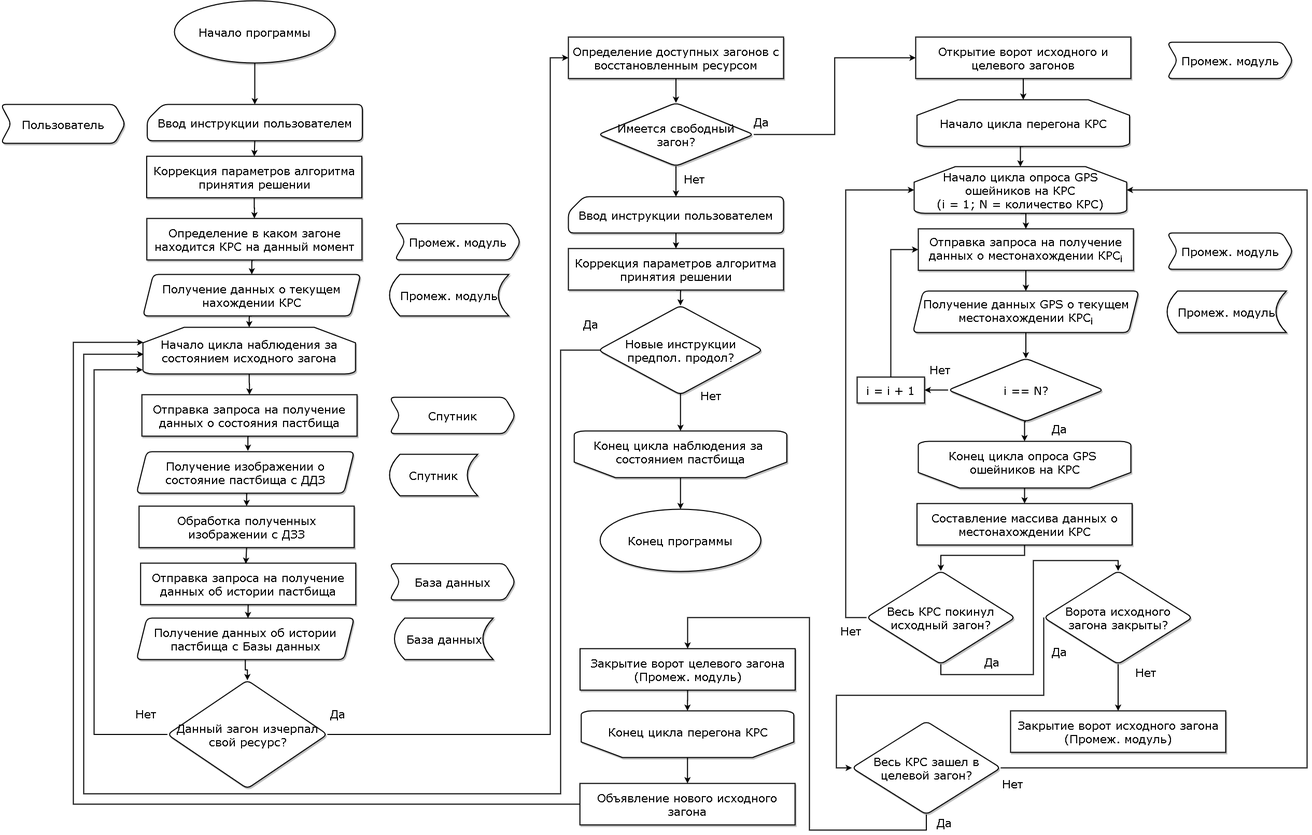
The draw.io diagram diagrams/Patent Diagrams Algorithm (upd).png in Yerlan999/CowsGPSTracker-KazATU, before a commit. Source tidied: cells renumbered, new cells last; positions are measured from the earlier drawing's top-left corner, leaving out a move shared by most shapes.
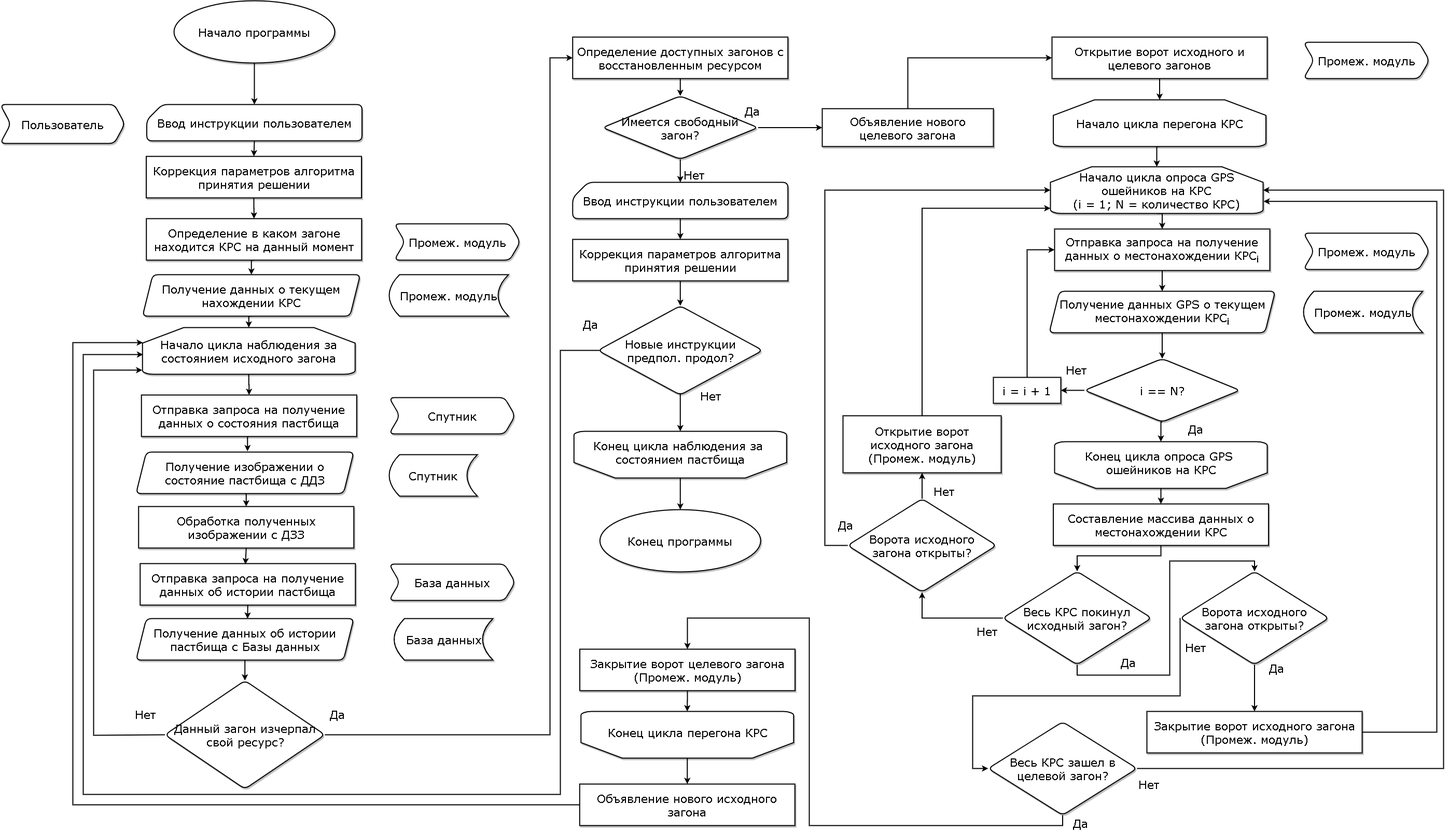
Later version of the same file.

Commit message:
new updated algorithm diagram 02

Change to the diagram source:
```diff
@@ -33,3 +33,3 @@
     <mxCell id="8" value="&lt;font style=&quot;font-size: 22px&quot;&gt;Данный загон изчерпал свой ресурс?&lt;/font&gt;" style="rhombus;whiteSpace=wrap;html=1;rounded=1;shadow=1;glass=0;sketch=0;strokeWidth=2;fontFamily=Verdana;fontSize=22;labelPosition=center;verticalLabelPosition=middle;align=center;verticalAlign=middle;" parent="1" vertex="1">
-      <mxGeometry x="321.5" y="1311" width="308.5" height="209" as="geometry" />
+      <mxGeometry x="317.5" y="1310.5" width="308.5" height="209" as="geometry" />
     </mxCell>
@@ -104,7 +104,7 @@
     </mxCell>
-    <mxCell id="32" style="edgeStyle=orthogonalEdgeStyle;rounded=0;jettySize=auto;html=1;exitX=1;exitY=0.5;exitDx=0;exitDy=0;entryX=0;entryY=0.5;entryDx=0;entryDy=0;strokeWidth=2;" parent="1" edge="1" source="33" target="79">
-      <mxGeometry relative="1" as="geometry" />
-    </mxCell>
+    <mxCell id="107" style="edgeStyle=orthogonalEdgeStyle;rounded=0;jettySize=auto;html=1;exitX=1;exitY=0.5;exitDx=0;exitDy=0;entryX=0;entryY=0.5;entryDx=0;entryDy=0;strokeWidth=2;" parent="1" edge="1" source="33" target="111">
+      <mxGeometry relative="1" as="geometry" />
+    </mxCell>
     <mxCell id="33" value="Имеется свободный загон?" style="rhombus;whiteSpace=wrap;html=1;rounded=1;shadow=1;glass=0;sketch=0;strokeWidth=2;fontFamily=Verdana;fontSize=22;" parent="1" vertex="1">
-      <mxGeometry x="1152.5" y="197" width="300" height="122" as="geometry" />
+      <mxGeometry x="1161.2" y="183.5" width="300" height="122" as="geometry" />
     </mxCell>
@@ -114,12 +114,12 @@
     <mxCell id="35" value="Определение доступных загонов с восстановленным ресурсом" style="rounded=0;whiteSpace=wrap;html=1;shadow=1;glass=0;sketch=0;strokeWidth=2;fontFamily=Verdana;fontSize=22;" parent="1" vertex="1">
-      <mxGeometry x="1095" y="70" width="415" height="80" as="geometry" />
+      <mxGeometry x="1103.8" y="70" width="415" height="80" as="geometry" />
     </mxCell>
     <mxCell id="36" value="Промеж. модуль" style="shape=step;perimeter=stepPerimeter;whiteSpace=wrap;html=1;fixedSize=1;rounded=1;shadow=1;glass=0;sketch=0;strokeWidth=2;fontFamily=Verdana;fontSize=22;" parent="1" vertex="1">
-      <mxGeometry x="2250" y="80" width="242.5" height="70" as="geometry" />
+      <mxGeometry x="2513" y="80" width="242.5" height="70" as="geometry" />
     </mxCell>
     <mxCell id="37" value="Промеж. модуль" style="shape=step;perimeter=stepPerimeter;whiteSpace=wrap;html=1;fixedSize=1;rounded=1;shadow=1;glass=0;sketch=0;strokeWidth=2;fontFamily=Verdana;fontSize=22;" parent="1" vertex="1">
-      <mxGeometry x="2250" y="448" width="242.5" height="70" as="geometry" />
+      <mxGeometry x="2513" y="448" width="242.5" height="70" as="geometry" />
     </mxCell>
     <mxCell id="38" value="Промеж. модуль" style="shape=dataStorage;whiteSpace=wrap;html=1;fixedSize=1;rounded=1;shadow=1;glass=0;sketch=0;strokeWidth=2;fontFamily=Verdana;fontSize=22;" parent="1" vertex="1">
-      <mxGeometry x="2250" y="560" width="230" height="80" as="geometry" />
+      <mxGeometry x="2513" y="560" width="230" height="80" as="geometry" />
     </mxCell>
@@ -139,3 +139,3 @@
     <mxCell id="41" value="Коррекция параметров алгоритма принятия решении" style="rounded=0;whiteSpace=wrap;html=1;shadow=1;glass=0;sketch=0;strokeWidth=2;fontFamily=Verdana;fontSize=22;" parent="1" vertex="1">
-      <mxGeometry x="1095" y="478" width="415" height="80" as="geometry" />
+      <mxGeometry x="1103.8" y="460" width="415" height="80" as="geometry" />
     </mxCell>
@@ -145,3 +145,3 @@
     <mxCell id="43" value="Ввод инструкции пользователем" style="shape=card;whiteSpace=wrap;html=1;rounded=1;shadow=1;glass=0;sketch=0;strokeWidth=2;fontFamily=Verdana;fontSize=22;" parent="1" vertex="1">
-      <mxGeometry x="1095" y="378" width="415" height="70" as="geometry" />
+      <mxGeometry x="1103.8" y="350" width="415" height="70" as="geometry" />
     </mxCell>
@@ -154,6 +154,6 @@
     <mxCell id="46" value="Нет" style="text;html=1;align=center;verticalAlign=middle;fontSize=22;fontFamily=Verdana;fontStyle=0;" parent="1" vertex="1">
-      <mxGeometry x="1307.5" y="328" width="60" height="30" as="geometry" />
+      <mxGeometry x="1307.5" y="320" width="60" height="30" as="geometry" />
     </mxCell>
     <mxCell id="47" value="Да" style="text;html=1;align=center;verticalAlign=middle;fontSize=22;fontFamily=Verdana;fontStyle=0;" parent="1" vertex="1">
-      <mxGeometry x="1446.5" y="218" width="40" height="30" as="geometry" />
+      <mxGeometry x="1430" y="197" width="40" height="30" as="geometry" />
     </mxCell>
@@ -190,6 +190,6 @@
     <mxCell id="58" value="Начало цикла опроса GPS ошейников на КРС&lt;br&gt;(i = 1; N = количество КРС)" style="strokeWidth=2;html=1;shape=mxgraph.flowchart.loop_limit;whiteSpace=wrap;rounded=1;shadow=1;glass=0;sketch=0;fontFamily=Verdana;fontSize=22;" parent="1" vertex="1">
-      <mxGeometry x="1762" y="320" width="410" height="90" as="geometry" />
+      <mxGeometry x="2025" y="320" width="410" height="90" as="geometry" />
     </mxCell>
     <mxCell id="59" style="group;" parent="1" vertex="1">
-      <mxGeometry x="1770" y="850" width="465" height="90" as="geometry" />
+      <mxGeometry x="2033" y="850" width="465" height="90" as="geometry" />
     </mxCell>
@@ -205,3 +205,3 @@
     <mxCell id="63" value="Получение данных GPS о текущем местонахождении КРС&lt;sub&gt;i&lt;/sub&gt;" style="shape=parallelogram;perimeter=parallelogramPerimeter;whiteSpace=wrap;html=1;fixedSize=1;rounded=1;shadow=1;glass=0;sketch=0;strokeWidth=2;fontFamily=Verdana;fontSize=22;" parent="1" vertex="1">
-      <mxGeometry x="1759.5" y="560" width="436" height="80" as="geometry" />
+      <mxGeometry x="2022.5" y="560" width="436" height="80" as="geometry" />
     </mxCell>
@@ -211,3 +211,3 @@
     <mxCell id="65" value="Отправка запроса на получение данных о местонахождении КРС&lt;sub&gt;i&lt;/sub&gt;" style="rounded=0;whiteSpace=wrap;html=1;shadow=1;glass=0;sketch=0;strokeWidth=2;fontFamily=Verdana;fontSize=22;" parent="1" vertex="1">
-      <mxGeometry x="1770" y="440" width="415" height="80" as="geometry" />
+      <mxGeometry x="2033" y="440" width="415" height="80" as="geometry" />
     </mxCell>
@@ -220,9 +220,9 @@
     <mxCell id="68" value="i == N?" style="rhombus;whiteSpace=wrap;html=1;rounded=1;shadow=1;glass=0;sketch=0;strokeWidth=2;fontFamily=Verdana;fontSize=22;" parent="1" vertex="1">
-      <mxGeometry x="1827.5" y="690" width="300" height="122" as="geometry" />
+      <mxGeometry x="2090.5" y="690" width="300" height="122" as="geometry" />
     </mxCell>
     <mxCell id="69" value="Нет" style="text;html=1;align=center;verticalAlign=middle;fontSize=22;fontFamily=Verdana;fontStyle=0;" parent="1" vertex="1">
-      <mxGeometry x="1782" y="696" width="60" height="30" as="geometry" />
+      <mxGeometry x="2045" y="696" width="60" height="30" as="geometry" />
     </mxCell>
     <mxCell id="70" value="Да" style="text;html=1;align=center;verticalAlign=middle;fontSize=22;fontFamily=Verdana;fontStyle=0;" parent="1" vertex="1">
-      <mxGeometry x="2022" y="810" width="40" height="30" as="geometry" />
+      <mxGeometry x="2285" y="810" width="40" height="30" as="geometry" />
     </mxCell>
@@ -232,3 +232,3 @@
     <mxCell id="72" value="i = i + 1" style="rounded=0;whiteSpace=wrap;html=1;shadow=1;glass=0;sketch=0;strokeWidth=2;fontFamily=Verdana;fontSize=22;" parent="1" vertex="1">
-      <mxGeometry x="1652" y="726" width="130" height="50" as="geometry" />
+      <mxGeometry x="1915" y="726" width="130" height="50" as="geometry" />
     </mxCell>
@@ -237,4 +237,4 @@
         <Array as="points">
-          <mxPoint x="1975" y="1070" />
-          <mxPoint x="1814" y="1070" />
+          <mxPoint x="2238" y="1070" />
+          <mxPoint x="2077" y="1070" />
         </Array>
@@ -243,3 +243,3 @@
     <mxCell id="74" value="Составление массива данных о местонахождении КРС" style="rounded=0;whiteSpace=wrap;html=1;shadow=1;glass=0;sketch=0;strokeWidth=2;fontFamily=Verdana;fontSize=22;" parent="1" vertex="1">
-      <mxGeometry x="1767.5" y="970" width="415" height="80" as="geometry" />
+      <mxGeometry x="2030.5" y="970" width="415" height="80" as="geometry" />
     </mxCell>
@@ -252,3 +252,3 @@
     <mxCell id="77" value="Начало цикла перегона КРС" style="strokeWidth=2;html=1;shape=mxgraph.flowchart.loop_limit;whiteSpace=wrap;rounded=1;shadow=1;glass=0;sketch=0;fontFamily=Verdana;fontSize=22;" parent="1" vertex="1">
-      <mxGeometry x="1767.5" y="191" width="410" height="90" as="geometry" />
+      <mxGeometry x="2030.5" y="191" width="410" height="90" as="geometry" />
     </mxCell>
@@ -258,3 +258,3 @@
     <mxCell id="79" value="Открытие ворот исходного и целевого загонов" style="rounded=0;whiteSpace=wrap;html=1;shadow=1;glass=0;sketch=0;strokeWidth=2;fontFamily=Verdana;fontSize=22;" parent="1" vertex="1">
-      <mxGeometry x="1765" y="70" width="415" height="80" as="geometry" />
+      <mxGeometry x="2028" y="70" width="415" height="80" as="geometry" />
     </mxCell>
@@ -272,6 +272,6 @@
         <Array as="points">
-          <mxPoint x="1814" y="1300" />
-          <mxPoint x="1992" y="1300" />
-          <mxPoint x="1992" y="1080" />
-          <mxPoint x="2156" y="1080" />
+          <mxPoint x="2077" y="1300" />
+          <mxPoint x="2255" y="1300" />
+          <mxPoint x="2255" y="1080" />
+          <mxPoint x="2419" y="1080" />
         </Array>
@@ -279,12 +279,7 @@
     </mxCell>
-    <mxCell id="84" style="edgeStyle=orthogonalEdgeStyle;rounded=0;jettySize=auto;html=1;exitX=0;exitY=0.5;exitDx=0;exitDy=0;entryX=0;entryY=0.5;entryDx=0;entryDy=0;entryPerimeter=0;strokeWidth=2;" parent="1" edge="1" source="85" target="58">
-      <mxGeometry relative="1" as="geometry">
-        <Array as="points">
-          <mxPoint x="1630" y="1190" />
-          <mxPoint x="1630" y="365" />
-        </Array>
-      </mxGeometry>
-    </mxCell>
+    <mxCell id="108" style="edgeStyle=orthogonalEdgeStyle;rounded=0;jettySize=auto;html=1;exitX=0;exitY=0.5;exitDx=0;exitDy=0;entryX=0.5;entryY=1;entryDx=0;entryDy=0;strokeWidth=2;" parent="1" edge="1" source="85" target="114">
+      <mxGeometry relative="1" as="geometry" />
+    </mxCell>
     <mxCell id="85" value="Весь КРС покинул исходный загон?" style="rhombus;whiteSpace=wrap;html=1;rounded=1;shadow=1;glass=0;sketch=0;strokeWidth=2;fontFamily=Verdana;fontSize=22;" parent="1" vertex="1">
-      <mxGeometry x="1670" y="1100" width="287" height="180" as="geometry" />
+      <mxGeometry x="1933" y="1100" width="287" height="180" as="geometry" />
     </mxCell>
@@ -293,4 +288,4 @@
         <Array as="points">
-          <mxPoint x="1786" y="1600" />
-          <mxPoint x="1560" y="1600" />
+          <mxPoint x="2049" y="1590" />
+          <mxPoint x="1560" y="1590" />
           <mxPoint x="1560" y="1190" />
@@ -303,4 +298,4 @@
         <Array as="points">
-          <mxPoint x="2520" y="1480" />
-          <mxPoint x="2520" y="365" />
+          <mxPoint x="2783" y="1480" />
+          <mxPoint x="2783" y="365" />
         </Array>
@@ -309,6 +304,6 @@
     <mxCell id="88" value="Весь КРС зашел в целевой загон?" style="rhombus;whiteSpace=wrap;html=1;rounded=1;shadow=1;glass=0;sketch=0;strokeWidth=2;fontFamily=Verdana;fontSize=22;" parent="1" vertex="1">
-      <mxGeometry x="1642" y="1390" width="287" height="180" as="geometry" />
+      <mxGeometry x="1905" y="1390" width="287" height="180" as="geometry" />
     </mxCell>
     <mxCell id="89" value="Да" style="text;html=1;align=center;verticalAlign=middle;fontSize=22;fontFamily=Verdana;fontStyle=0;" parent="1" vertex="1">
-      <mxGeometry x="2022" y="1240" width="40" height="30" as="geometry" />
+      <mxGeometry x="2440.5" y="1271" width="40" height="30" as="geometry" />
     </mxCell>
@@ -320,4 +315,12 @@
     </mxCell>
+    <mxCell id="109" style="edgeStyle=orthogonalEdgeStyle;rounded=0;jettySize=auto;html=1;exitX=1;exitY=0.5;exitDx=0;exitDy=0;entryX=1.002;entryY=0.741;entryDx=0;entryDy=0;entryPerimeter=0;strokeWidth=2;" parent="1" edge="1" source="92" target="58">
+      <mxGeometry relative="1" as="geometry">
+        <Array as="points">
+          <mxPoint x="2770" y="1410" />
+          <mxPoint x="2770" y="387" />
+        </Array>
+      </mxGeometry>
+    </mxCell>
     <mxCell id="92" value="Закрытие ворот исходного загона&lt;br&gt;(Промеж. модуль)" style="rounded=0;whiteSpace=wrap;html=1;shadow=1;glass=0;sketch=0;strokeWidth=2;fontFamily=Verdana;fontSize=22;" parent="1" vertex="1">
-      <mxGeometry x="1948" y="1370" width="415" height="80" as="geometry" />
+      <mxGeometry x="2211" y="1370" width="415" height="80" as="geometry" />
     </mxCell>
@@ -326,5 +329,5 @@
         <Array as="points">
-          <mxPoint x="2012" y="1340" />
-          <mxPoint x="1612" y="1340" />
-          <mxPoint x="1612" y="1480" />
+          <mxPoint x="2275" y="1340" />
+          <mxPoint x="1875" y="1340" />
+          <mxPoint x="1875" y="1480" />
         </Array>
@@ -335,19 +338,19 @@
     </mxCell>
-    <mxCell id="95" value="Ворота исходного загона закрыты?" style="rhombus;whiteSpace=wrap;html=1;rounded=1;shadow=1;glass=0;sketch=0;strokeWidth=2;fontFamily=Verdana;fontSize=22;" parent="1" vertex="1">
-      <mxGeometry x="2012" y="1100" width="287" height="180" as="geometry" />
+    <mxCell id="95" value="Ворота исходного загона открыты?" style="rhombus;whiteSpace=wrap;html=1;rounded=1;shadow=1;glass=0;sketch=0;strokeWidth=2;fontFamily=Verdana;fontSize=22;" parent="1" vertex="1">
+      <mxGeometry x="2275" y="1100" width="287" height="180" as="geometry" />
     </mxCell>
     <mxCell id="96" value="Нет" style="text;html=1;align=center;verticalAlign=middle;fontSize=22;fontFamily=Verdana;fontStyle=0;" parent="1" vertex="1">
-      <mxGeometry x="2179" y="1280" width="60" height="30" as="geometry" />
+      <mxGeometry x="2275" y="1231" width="60" height="30" as="geometry" />
     </mxCell>
     <mxCell id="97" value="Да" style="text;html=1;align=center;verticalAlign=middle;fontSize=22;fontFamily=Verdana;fontStyle=0;" parent="1" vertex="1">
-      <mxGeometry x="1892" y="1260" width="40" height="30" as="geometry" />
+      <mxGeometry x="2155" y="1260" width="40" height="30" as="geometry" />
     </mxCell>
     <mxCell id="98" value="Нет" style="text;html=1;align=center;verticalAlign=middle;fontSize=22;fontFamily=Verdana;fontStyle=0;" parent="1" vertex="1">
-      <mxGeometry x="1610" y="1200" width="60" height="30" as="geometry" />
+      <mxGeometry x="1873" y="1200" width="60" height="30" as="geometry" />
     </mxCell>
     <mxCell id="99" value="Да" style="text;html=1;align=center;verticalAlign=middle;fontSize=22;fontFamily=Verdana;fontStyle=0;" parent="1" vertex="1">
-      <mxGeometry x="1800" y="1570" width="40" height="30" as="geometry" />
+      <mxGeometry x="2063" y="1570" width="40" height="30" as="geometry" />
     </mxCell>
     <mxCell id="100" value="Нет" style="text;html=1;align=center;verticalAlign=middle;fontSize=22;fontFamily=Verdana;fontStyle=0;" parent="1" vertex="1">
-      <mxGeometry x="1922" y="1495" width="60" height="30" as="geometry" />
+      <mxGeometry x="2185" y="1495" width="60" height="30" as="geometry" />
     </mxCell>
@@ -376,2 +379,34 @@
     </mxCell>
+    <mxCell id="110" style="edgeStyle=orthogonalEdgeStyle;rounded=0;jettySize=auto;html=1;exitX=0.5;exitY=0;exitDx=0;exitDy=0;entryX=0;entryY=0.5;entryDx=0;entryDy=0;strokeWidth=2;" parent="1" edge="1" source="111" target="79">
+      <mxGeometry relative="1" as="geometry" />
+    </mxCell>
+    <mxCell id="111" value="Объявление нового целевого загона" style="rounded=0;whiteSpace=wrap;html=1;shadow=1;glass=0;sketch=0;strokeWidth=2;fontFamily=Verdana;fontSize=22;" parent="1" vertex="1">
+      <mxGeometry x="1585" y="208" width="330" height="73" as="geometry" />
+    </mxCell>
+    <mxCell id="112" style="edgeStyle=orthogonalEdgeStyle;rounded=0;jettySize=auto;html=1;exitX=0.5;exitY=0;exitDx=0;exitDy=0;entryX=0.5;entryY=1;entryDx=0;entryDy=0;strokeWidth=2;" parent="1" edge="1" source="114" target="116">
+      <mxGeometry relative="1" as="geometry" />
+    </mxCell>
+    <mxCell id="113" style="edgeStyle=orthogonalEdgeStyle;rounded=0;jettySize=auto;html=1;exitX=0;exitY=0.5;exitDx=0;exitDy=0;entryX=0;entryY=0.5;entryDx=0;entryDy=0;entryPerimeter=0;strokeWidth=2;" parent="1" edge="1" source="114" target="58">
+      <mxGeometry relative="1" as="geometry">
+        <Array as="points">
+          <mxPoint x="1590" y="1050" />
+          <mxPoint x="1590" y="365" />
+        </Array>
+      </mxGeometry>
+    </mxCell>
+    <mxCell id="114" value="Ворота исходного загона открыты?" style="rhombus;whiteSpace=wrap;html=1;rounded=1;shadow=1;glass=0;sketch=0;strokeWidth=2;fontFamily=Verdana;fontSize=22;" parent="1" vertex="1">
+      <mxGeometry x="1634" y="960" width="287" height="180" as="geometry" />
+    </mxCell>
+    <mxCell id="115" style="edgeStyle=orthogonalEdgeStyle;rounded=0;jettySize=auto;html=1;exitX=0.5;exitY=0;exitDx=0;exitDy=0;entryX=0;entryY=0.889;entryDx=0;entryDy=0;entryPerimeter=0;strokeWidth=2;" parent="1" edge="1" source="116" target="58">
+      <mxGeometry relative="1" as="geometry" />
+    </mxCell>
+    <mxCell id="116" value="Открытие ворот исходного загона&lt;br&gt;(Промеж. модуль)" style="rounded=0;whiteSpace=wrap;html=1;shadow=1;glass=0;sketch=0;strokeWidth=2;fontFamily=Verdana;fontSize=22;" parent="1" vertex="1">
+      <mxGeometry x="1625" y="800" width="305" height="110" as="geometry" />
+    </mxCell>
+    <mxCell id="117" value="Да" style="text;html=1;align=center;verticalAlign=middle;fontSize=22;fontFamily=Verdana;fontStyle=0;" parent="1" vertex="1">
+      <mxGeometry x="1610" y="995" width="40" height="30" as="geometry" />
+    </mxCell>
+    <mxCell id="118" value="Нет" style="text;html=1;align=center;verticalAlign=middle;fontSize=22;fontFamily=Verdana;fontStyle=0;" parent="1" vertex="1">
+      <mxGeometry x="1790" y="930" width="60" height="30" as="geometry" />
+    </mxCell>
   </root>
```
